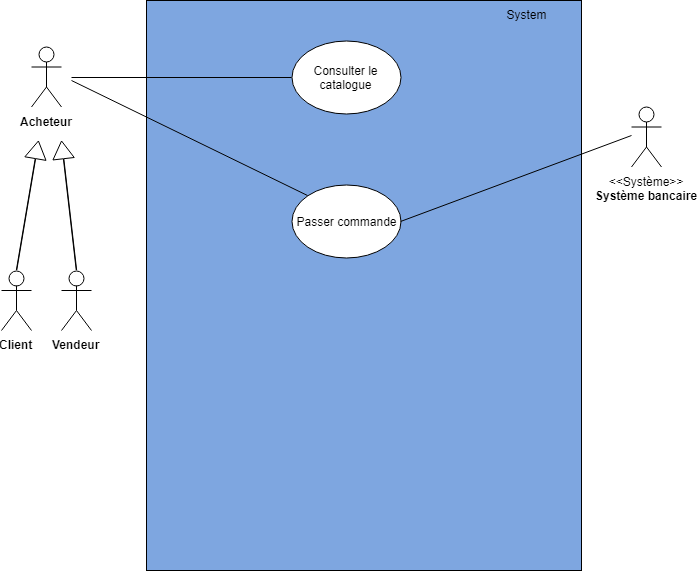
This is Diagrammes/Diagramme CU Gestion achat simplifié.png from Siridian/OCPizzaSpecFonc, a draw.io export, as it was before one commit. Source tidied: cells renumbered, new cells last; positions are measured from the earlier drawing's top-left corner, leaving out a move shared by most shapes.
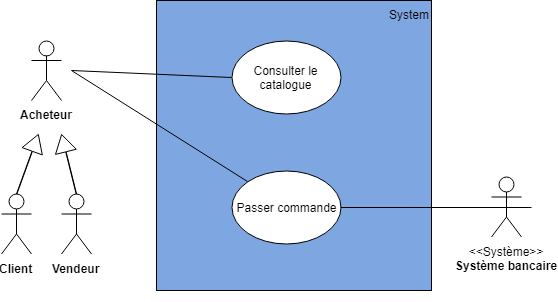
Above is the later version.

Commit message:
better simplified UC diagrams + final document filled with everything but Backoffice and Authentification

Diff of the diagram source:
```diff
@@ -2,66 +2,51 @@
   <root>
     <mxCell id="0" />
     <mxCell id="1" parent="0" />
-    <mxCell id="2" value="System" style="whiteSpace=wrap;html=1;horizontal=1;fillColor=#7EA6E0;verticalAlign=top;labelPosition=center;verticalLabelPosition=middle;align=center;spacingLeft=325;" parent="1" vertex="1">
-      <mxGeometry x="145" width="435" height="570" as="geometry" />
+    <mxCell id="2" value="&lt;div style=&quot;text-align: right&quot;&gt;&lt;span&gt;System&lt;/span&gt;&lt;/div&gt;" style="whiteSpace=wrap;html=1;horizontal=1;fillColor=#7EA6E0;verticalAlign=top;labelPosition=center;verticalLabelPosition=middle;align=right;spacingLeft=325;" parent="1" vertex="1">
+      <mxGeometry x="215" width="275" height="290" as="geometry" />
     </mxCell>
     <mxCell id="3" value="&lt;b&gt;Acheteur&lt;/b&gt;&lt;br&gt;" style="shape=umlActor;verticalLabelPosition=bottom;labelBackgroundColor=#ffffff;verticalAlign=top;html=1;" parent="1" vertex="1">
-      <mxGeometry x="30" y="46.5" width="30" height="60" as="geometry" />
+      <mxGeometry x="90" y="40" width="30" height="60" as="geometry" />
     </mxCell>
     <mxCell id="4" value="&lt;b&gt;Client&lt;br&gt;&lt;br&gt;&lt;/b&gt;&lt;br&gt;" style="shape=umlActor;verticalLabelPosition=bottom;labelBackgroundColor=#ffffff;verticalAlign=top;html=1;outlineConnect=0;" parent="1" vertex="1">
-      <mxGeometry y="270" width="30" height="60" as="geometry" />
+      <mxGeometry x="60" y="193.5" width="30" height="60" as="geometry" />
     </mxCell>
     <mxCell id="5" value="Consulter le catalogue" style="ellipse;whiteSpace=wrap;html=1;" parent="1" vertex="1">
       <mxGeometry x="290" y="40" width="109" height="73" as="geometry" />
     </mxCell>
     <mxCell id="6" value="&lt;b&gt;Vendeur&lt;br&gt;&lt;/b&gt;&lt;br&gt;" style="shape=umlActor;verticalLabelPosition=bottom;labelBackgroundColor=#ffffff;verticalAlign=top;html=1;outlineConnect=0;" parent="1" vertex="1">
-      <mxGeometry x="60" y="270" width="30" height="60" as="geometry" />
+      <mxGeometry x="120" y="193.5" width="30" height="60" as="geometry" />
     </mxCell>
     <mxCell id="7" style="shape=flexArrow;endArrow=classic;html=1;width=0.4;endSize=5.616;exitX=0.5;exitY=0;exitDx=0;exitDy=0;exitPerimeter=0;" parent="1" edge="1" source="6">
       <mxGeometry relative="1" as="geometry">
-        <mxPoint x="60" y="140" as="targetPoint" />
+        <mxPoint x="120" y="133.5" as="targetPoint" />
       </mxGeometry>
     </mxCell>
     <mxCell id="8" style="shape=flexArrow;endArrow=classic;html=1;width=0.4;endSize=5.616;exitX=0.5;exitY=0;exitDx=0;exitDy=0;exitPerimeter=0;" parent="1" edge="1" source="4">
       <mxGeometry relative="1" as="geometry">
-        <mxPoint x="37" y="140" as="targetPoint" />
+        <mxPoint x="97" y="133.5" as="targetPoint" />
       </mxGeometry>
     </mxCell>
     <mxCell id="9" value="Passer commande" style="ellipse;whiteSpace=wrap;html=1;" parent="1" vertex="1">
-      <mxGeometry x="290" y="184" width="109" height="73" as="geometry" />
+      <mxGeometry x="290" y="170" width="109" height="73" as="geometry" />
     </mxCell>
     <mxCell id="10" style="endArrow=none;html=1;endFill=0;entryX=0;entryY=0.5;entryDx=0;entryDy=0;" parent="1" edge="1" target="5">
       <mxGeometry relative="1" as="geometry">
-        <mxPoint x="70" y="77" as="sourcePoint" />
+        <mxPoint x="130" y="70" as="sourcePoint" />
       </mxGeometry>
     </mxCell>
     <mxCell id="11" style="endArrow=none;html=1;endFill=0;entryX=0;entryY=0;entryDx=0;entryDy=0;" parent="1" edge="1" target="9">
       <mxGeometry relative="1" as="geometry">
-        <mxPoint x="70" y="80" as="sourcePoint" />
+        <mxPoint x="130" y="70" as="sourcePoint" />
       </mxGeometry>
     </mxCell>
     <mxCell id="12" value="&amp;lt;&amp;lt;Système&amp;gt;&amp;gt;&lt;br&gt;&lt;b&gt;Système bancaire&lt;br&gt;&lt;/b&gt;&lt;br&gt;" style="shape=umlActor;verticalLabelPosition=bottom;labelBackgroundColor=#ffffff;verticalAlign=top;html=1;" parent="1" vertex="1">
-      <mxGeometry x="630" y="106.5" width="30" height="60" as="geometry" />
+      <mxGeometry x="550" y="176.5" width="30" height="60" as="geometry" />
     </mxCell>
-    <mxCell id="13" style="shape=flexArrow;endArrow=classic;html=1;width=0.4;endSize=5.616;exitX=0.5;exitY=0;exitDx=0;exitDy=0;entryX=0.5;entryY=1;entryDx=0;entryDy=0;" parent="1" edge="1" source="x">
-      <mxGeometry relative="1" as="geometry">
-        <mxPoint x="360" y="443" as="targetPoint" />
-      </mxGeometry>
-    </mxCell>
-    <mxCell id="14" style="shape=flexArrow;endArrow=classic;html=1;width=0.4;endSize=5.616;exitX=0;exitY=0;exitDx=0;exitDy=0;entryX=1;entryY=1;entryDx=0;entryDy=0;" parent="1" edge="1" source="x">
-      <mxGeometry relative="1" as="geometry">
-        <mxPoint x="399" y="432" as="targetPoint" />
-      </mxGeometry>
-    </mxCell>
     <mxCell id="15" style="endArrow=none;html=1;endFill=0;exitX=1;exitY=0.5;exitDx=0;exitDy=0;" parent="1" edge="1" source="9">
       <mxGeometry relative="1" as="geometry">
-        <mxPoint x="630" y="135" as="targetPoint" />
+        <mxPoint x="590" y="207" as="targetPoint" />
       </mxGeometry>
     </mxCell>
-    <mxCell id="16" style="shape=flexArrow;endArrow=classic;html=1;width=0.4;endSize=5.616;exitX=1;exitY=0;exitDx=0;exitDy=0;entryX=0;entryY=1;entryDx=0;entryDy=0;" parent="1" edge="1" source="x">
-      <mxGeometry relative="1" as="geometry">
-        <mxPoint x="321" y="432" as="targetPoint" />
-      </mxGeometry>
-    </mxCell>
   </root>
 </mxGraphModel>
```
